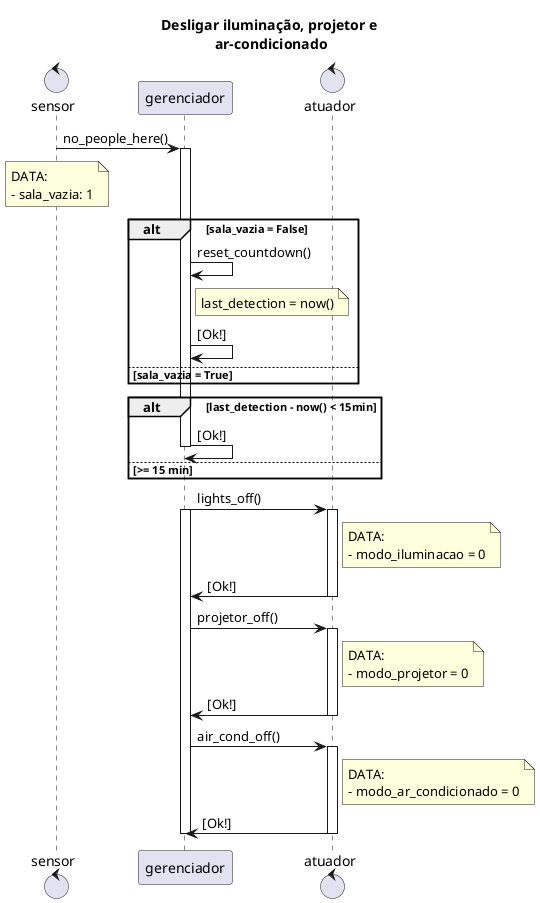
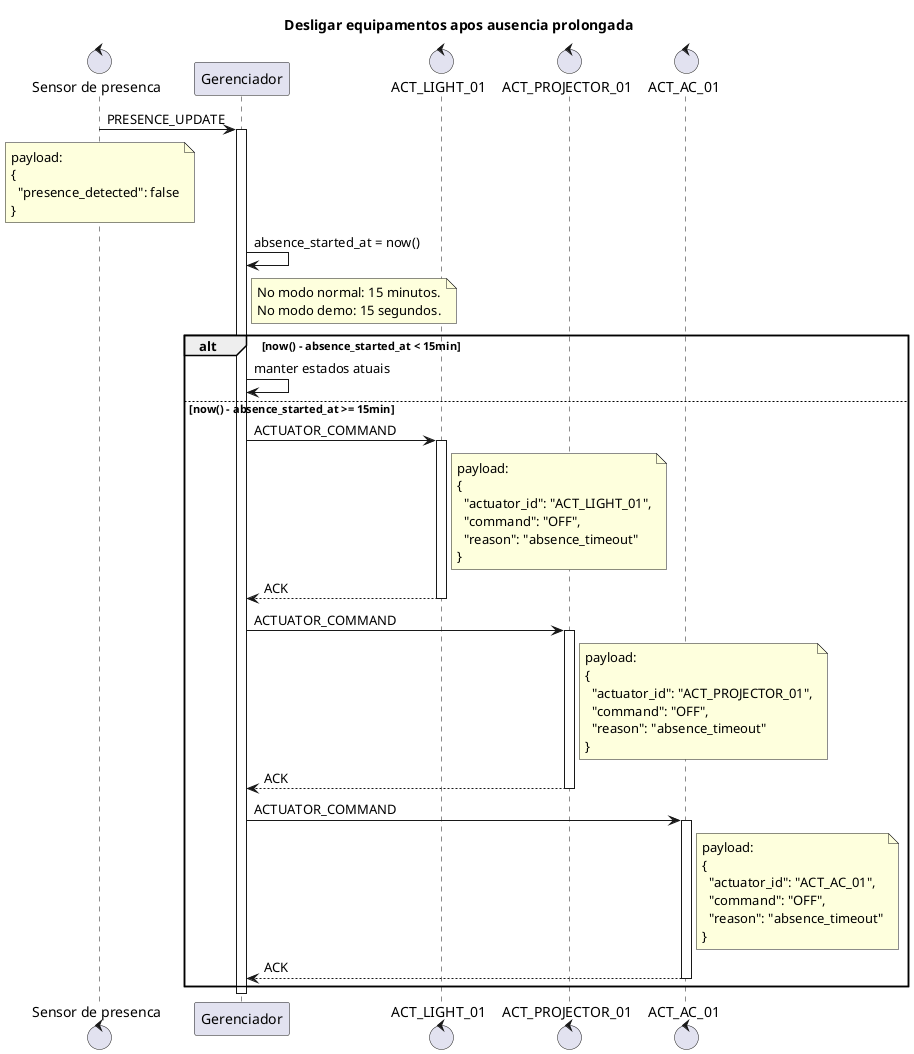
@startuml

- title Desligar iluminação, projetor e\n ar-condicionado
+ title Desligar equipamentos apos ausencia prolongada

- control sensor
- participant gerenciador
- control atuador
+ control "Sensor de presenca" as presence_sensor
+ participant "Gerenciador" as manager
+ control "ACT_LIGHT_01" as light
+ control "ACT_PROJECTOR_01" as projector
+ control "ACT_AC_01" as ac

- sensor -> gerenciador : no_people_here()
- activate gerenciador
- note over of sensor
-   DATA:
-   - sala_vazia: 1
+ presence_sensor -> manager : PRESENCE_UPDATE
+ activate manager
+ note over presence_sensor
+   payload:
+   {
+     "presence_detected": false
+   }
end note

- alt sala_vazia = False
-   gerenciador -> gerenciador : reset_countdown()
-   note right of gerenciador
-     last_detection = now()
+ manager -> manager : absence_started_at = now()
+ note right of manager
+   No modo normal: 15 minutos.
+   No modo demo: 15 segundos.
+ end note
+ 
+ alt now() - absence_started_at < 15min
+   manager -> manager : manter estados atuais
+ else now() - absence_started_at >= 15min
+   manager -> light : ACTUATOR_COMMAND
+   activate light
+   note right of light
+     payload:
+     {
+       "actuator_id": "ACT_LIGHT_01",
+       "command": "OFF",
+       "reason": "absence_timeout"
+     }
  end note
+   light --> manager : ACK
+   deactivate light

-   gerenciador -> gerenciador : [Ok!]
+   manager -> projector : ACTUATOR_COMMAND
+   activate projector
+   note right of projector
+     payload:
+     {
+       "actuator_id": "ACT_PROJECTOR_01",
+       "command": "OFF",
+       "reason": "absence_timeout"
+     }
+   end note
+   projector --> manager : ACK
+   deactivate projector

- else sala_vazia = True
+   manager -> ac : ACTUATOR_COMMAND
+   activate ac
+   note right of ac
+     payload:
+     {
+       "actuator_id": "ACT_AC_01",
+       "command": "OFF",
+       "reason": "absence_timeout"
+     }
+   end note
+   ac --> manager : ACK
+   deactivate ac
end

- alt last_detection - now() < 15min
-   gerenciador -> gerenciador : [Ok!]
-   deactivate gerenciador
- else >= 15 min
- end
+ deactivate manager

- gerenciador -> atuador : lights_off()
- activate atuador
- activate gerenciador
- note right of atuador
-   DATA:
-   - modo_iluminacao = 0
- end note
- 
- gerenciador <- atuador : [Ok!]
- deactivate atuador
- 
- gerenciador -> atuador : projetor_off()
- activate atuador
- note right of atuador
-   DATA:
-   - modo_projetor = 0
- end note
- 
- gerenciador <- atuador : [Ok!]
- deactivate atuador
- 
- gerenciador -> atuador : air_cond_off()
- activate atuador
- note right of atuador
-   DATA:
-   - modo_ar_condicionado = 0
- end note
- 
- gerenciador <- atuador : [Ok!]
- deactivate atuador
- deactivate gerenciador
- 
- @enduml+ @enduml
